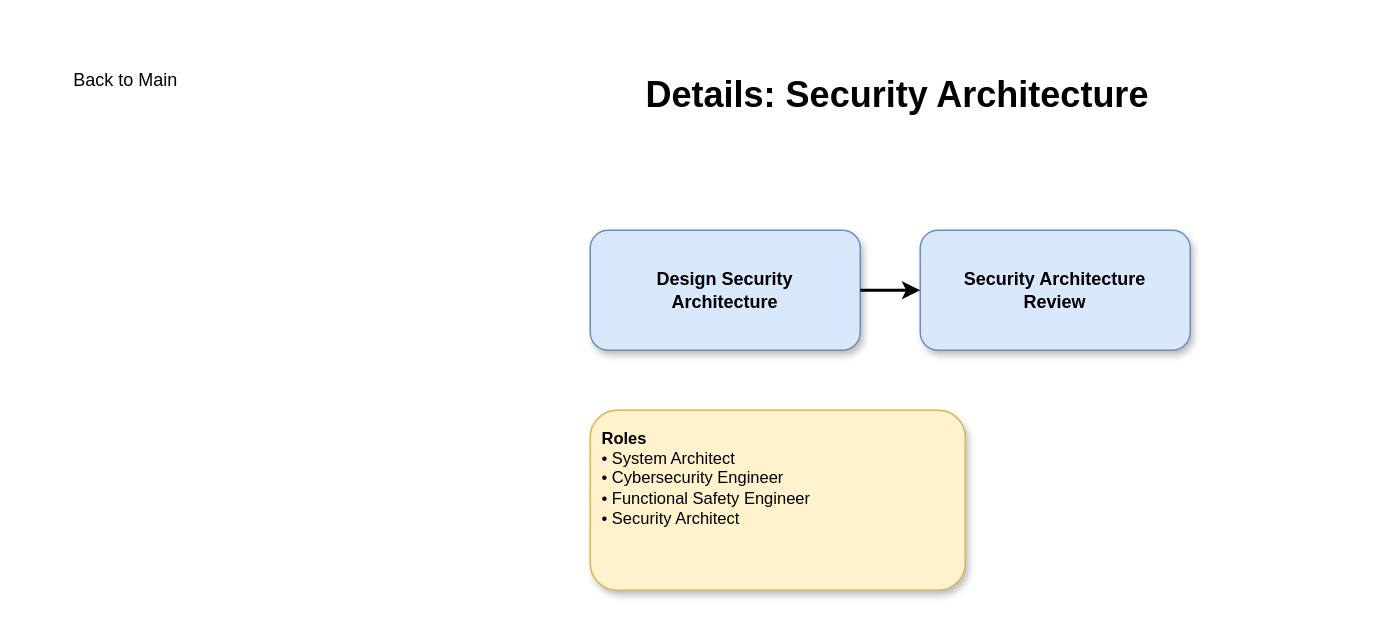
Earlier version of the draw.io diagram page "4. Security Architecture" (4 of 11) of VisualStudioCode/Secure System Development Lifecycle.drawio (nathalienr/Bachelorarbeit). Source tidied: cells renumbered, new cells numbered last; positions are measured from the earlier drawing's top-left corner, leaving out a move shared by most shapes. Both pictures are drawn from the tidied source at 150%, with x=0, y=0 at pixel (50, 50).
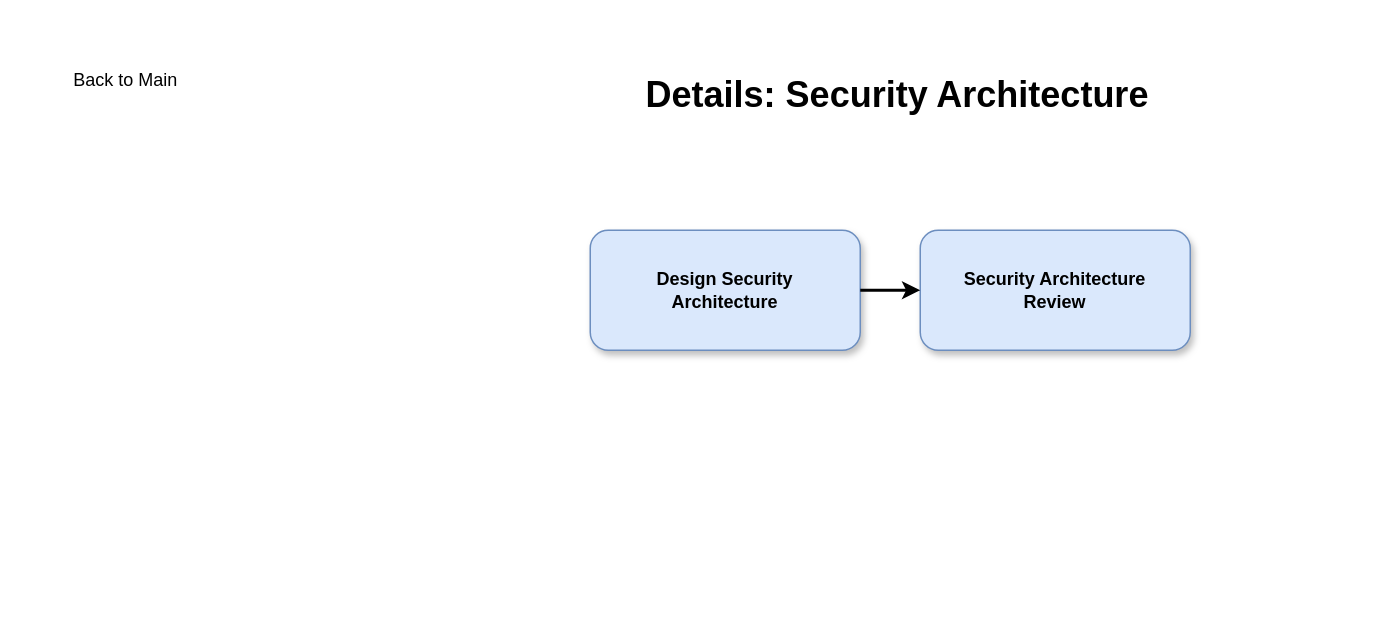
The same page after the edit.

Change to the diagram source:
```diff
@@
 <mxGraphModel>
   <root>
     <mxCell id="0" />
     <mxCell id="1" parent="0" />
     <mxCell id="2" value="Back to Main" style="shape=flexArrow;endArrow=classic;html=1;fillColor=#f5f5f5;strokeColor=#666666;cursor=pointer;" parent="1" vertex="1">
       <mxGeometry width="100" height="40" as="geometry" />
     </mxCell>
     <mxCell id="3" value="Details: Security Architecture" style="text;html=1;strokeColor=none;fillColor=none;align=center;verticalAlign=middle;whiteSpace=wrap;rounded=0;fontSize=24;fontStyle=1;" parent="1" vertex="1">
       <mxGeometry x="265" y="10" width="600" height="40" as="geometry" />
     </mxCell>
     <mxCell id="4" value="Design Security&#10;Architecture" style="rounded=1;whiteSpace=wrap;html=1;fillColor=#dae8fc;strokeColor=#6c8ebf;fontStyle=1;shadow=1;" parent="1" vertex="1">
       <mxGeometry x="360" y="120" width="180" height="80" as="geometry" />
     </mxCell>
     <mxCell id="5" value="Security Architecture&#10;Review" style="rounded=1;whiteSpace=wrap;html=1;fillColor=#dae8fc;strokeColor=#6c8ebf;fontStyle=1;shadow=1;" parent="1" vertex="1">
       <mxGeometry x="580" y="120" width="180" height="80" as="geometry" />
     </mxCell>
     <mxCell id="6" style="edgeStyle=orthogonalEdgeStyle;rounded=1;jettySize=auto;html=1;strokeWidth=2;" parent="1" edge="1" source="4" target="5">
       <mxGeometry relative="1" as="geometry" />
     </mxCell>
-    <mxCell id="7" value="&lt;b&gt;Roles&lt;/b&gt;&lt;br&gt;• System Architect&lt;br&gt;• Cybersecurity Engineer&lt;br&gt;• Functional Safety Engineer&lt;br&gt;• Security Architect" style="rounded=1;whiteSpace=wrap;html=1;fillColor=#fff2cc;strokeColor=#d6b656;shadow=1;align=left;verticalAlign=top;spacing=8;fontSize=11;" parent="1" vertex="1">
-      <mxGeometry x="360" y="240" width="250" height="120" as="geometry" />
-    </mxCell>
   </root>
 </mxGraphModel>
```
